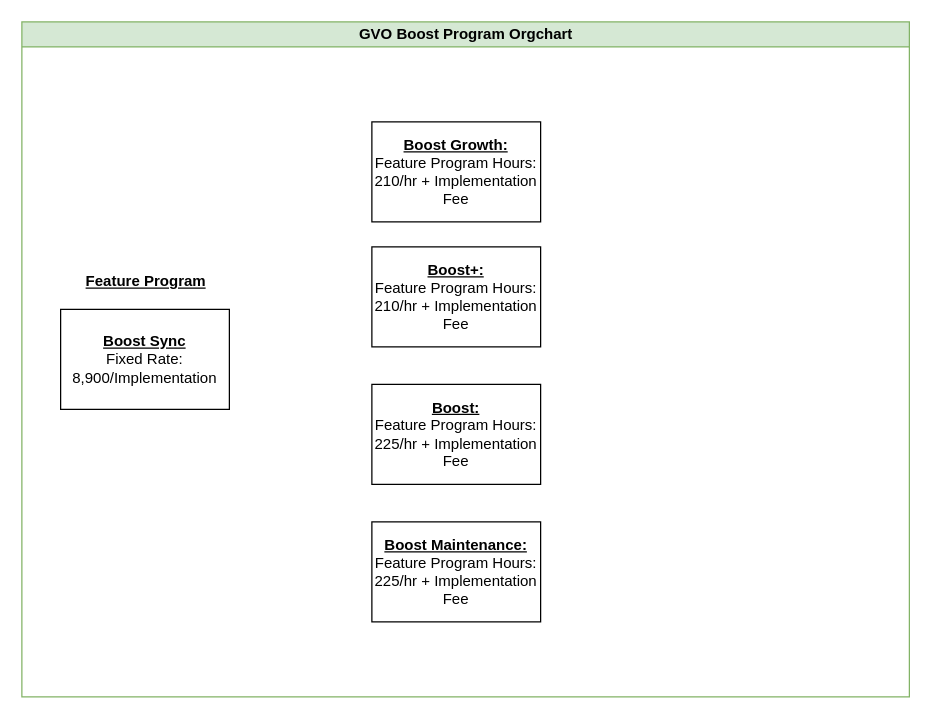
The draw.io diagram Untitled Diagram.drawio in CWalrath/cwalrath.github.io, before the edit. Source tidied: cells renumbered, new cells numbered last; positions are measured from the earlier drawing's top-left corner, leaving out a move shared by most shapes. Both pictures are drawn from the tidied source at 125%, with x=0, y=0 at pixel (21, 21).
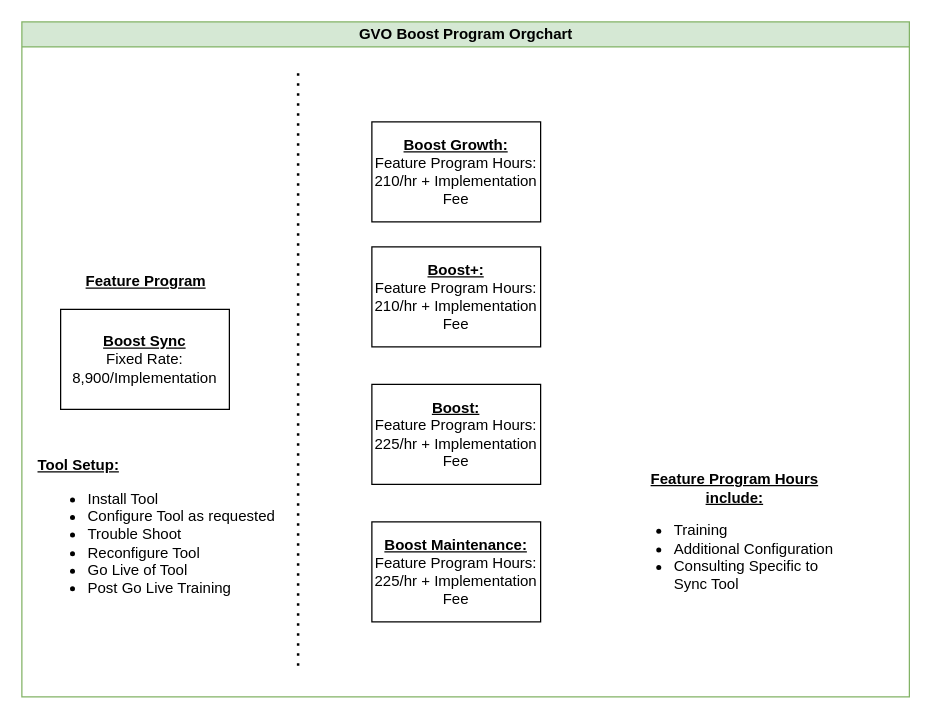
The same diagram, later.

What changed in the source:
```diff
@@
 <mxGraphModel>
   <root>
     <mxCell id="0" />
     <mxCell id="1" parent="0" />
     <mxCell id="2" value="GVO Boost Program Orgchart" style="swimlane;html=1;startSize=20;horizontal=1;containerType=tree;glass=0;fillColor=#d5e8d4;strokeColor=#82b366;" parent="1" vertex="1">
       <mxGeometry width="710" height="540" as="geometry" />
     </mxCell>
     <mxCell id="3" value="&lt;u&gt;&lt;b&gt;Boost:&lt;/b&gt;&lt;/u&gt;&lt;div&gt;Feature Program Hours:&lt;br&gt;225/hr&amp;nbsp;&lt;span style=&quot;background-color: initial;&quot;&gt;+ Implementation Fee&lt;/span&gt;&lt;/div&gt;" style="rounded=0;whiteSpace=wrap;html=1;" parent="2" vertex="1">
       <mxGeometry x="280" y="290" width="135" height="80" as="geometry" />
     </mxCell>
     <mxCell id="4" value="&lt;u&gt;&lt;b&gt;Boost Sync&lt;/b&gt;&lt;/u&gt;&lt;div&gt;Fixed Rate: 8,900/Implementation&lt;/div&gt;" style="rounded=0;whiteSpace=wrap;html=1;" parent="2" vertex="1">
       <mxGeometry x="31" y="230" width="135" height="80" as="geometry" />
     </mxCell>
     <mxCell id="5" value="&lt;u&gt;&lt;b&gt;Boost Maintenance:&lt;/b&gt;&lt;br&gt;&lt;/u&gt;Feature Program Hours:&lt;br&gt;&lt;div&gt;&lt;span style=&quot;background-color: initial;&quot;&gt;225/hr&lt;/span&gt;&amp;nbsp;&lt;span style=&quot;background-color: initial;&quot;&gt;+ Implementation Fee&lt;/span&gt;&lt;/div&gt;" style="rounded=0;whiteSpace=wrap;html=1;" parent="2" vertex="1">
       <mxGeometry x="280" y="400" width="135" height="80" as="geometry" />
     </mxCell>
     <mxCell id="6" value="&lt;u&gt;&lt;b&gt;Boost+:&lt;/b&gt;&lt;/u&gt;&lt;div&gt;Feature Program Hours:&lt;br&gt;210/hr&amp;nbsp;&lt;span style=&quot;background-color: initial;&quot;&gt;+ Implementation Fee&lt;/span&gt;&lt;/div&gt;" style="rounded=0;whiteSpace=wrap;html=1;" parent="2" vertex="1">
       <mxGeometry x="280" y="180" width="135" height="80" as="geometry" />
     </mxCell>
     <mxCell id="7" value="&lt;u&gt;&lt;b&gt;Boost Growth:&lt;/b&gt;&lt;/u&gt;&lt;div&gt;Feature Program Hours:&lt;br&gt;210/hr + Implementation Fee&lt;/div&gt;" style="rounded=0;whiteSpace=wrap;html=1;" parent="2" vertex="1">
       <mxGeometry x="280" y="80" width="135" height="80" as="geometry" />
     </mxCell>
     <mxCell id="8" value="&lt;u&gt;&lt;b&gt;Feature Program&lt;/b&gt;&lt;/u&gt;" style="text;html=1;align=center;verticalAlign=middle;strokeColor=none;fillColor=none;" parent="2" vertex="1">
       <mxGeometry x="38.5" y="193" width="120" height="30" as="geometry" />
     </mxCell>
+    <mxCell id="9" style="endArrow=none;dashed=1;html=1;dashPattern=1 3;strokeWidth=2;rounded=0;" parent="2" edge="1">
+      <mxGeometry relative="1" as="geometry">
+        <mxPoint x="221" y="515" as="sourcePoint" />
+        <mxPoint x="221" y="35" as="targetPoint" />
+      </mxGeometry>
+    </mxCell>
+    <mxCell id="10" value="&lt;b&gt;&lt;u&gt;Tool Setup:&lt;/u&gt;&lt;/b&gt;&lt;div&gt;&lt;ul&gt;&lt;li&gt;Install Tool&amp;nbsp;&lt;/li&gt;&lt;li&gt;Configure Tool as requested&lt;/li&gt;&lt;li&gt;Trouble Shoot&lt;/li&gt;&lt;li&gt;Reconfigure Tool&lt;/li&gt;&lt;li&gt;Go Live of Tool&lt;/li&gt;&lt;li&gt;Post Go Live Training&lt;/li&gt;&lt;/ul&gt;&lt;/div&gt;" style="text;html=1;align=left;verticalAlign=middle;strokeColor=none;fillColor=none;" parent="2" vertex="1">
+      <mxGeometry x="11" y="340" width="210" height="140" as="geometry" />
+    </mxCell>
+    <mxCell id="11" value="&lt;b style=&quot;&quot;&gt;&lt;u&gt;Feature Program Hours include:&lt;/u&gt;&lt;/b&gt;&lt;div&gt;&lt;ul&gt;&lt;li style=&quot;text-align: left;&quot;&gt;Training&lt;/li&gt;&lt;li style=&quot;text-align: left;&quot;&gt;Additional Configuration&lt;/li&gt;&lt;li style=&quot;text-align: left;&quot;&gt;Consulting Specific to Sync Tool&lt;/li&gt;&lt;/ul&gt;&lt;/div&gt;" style="text;html=1;align=center;verticalAlign=middle;whiteSpace=wrap;rounded=0;" parent="2" vertex="1">
+      <mxGeometry x="481" y="340" width="179" height="147" as="geometry" />
+    </mxCell>
   </root>
 </mxGraphModel>
```
